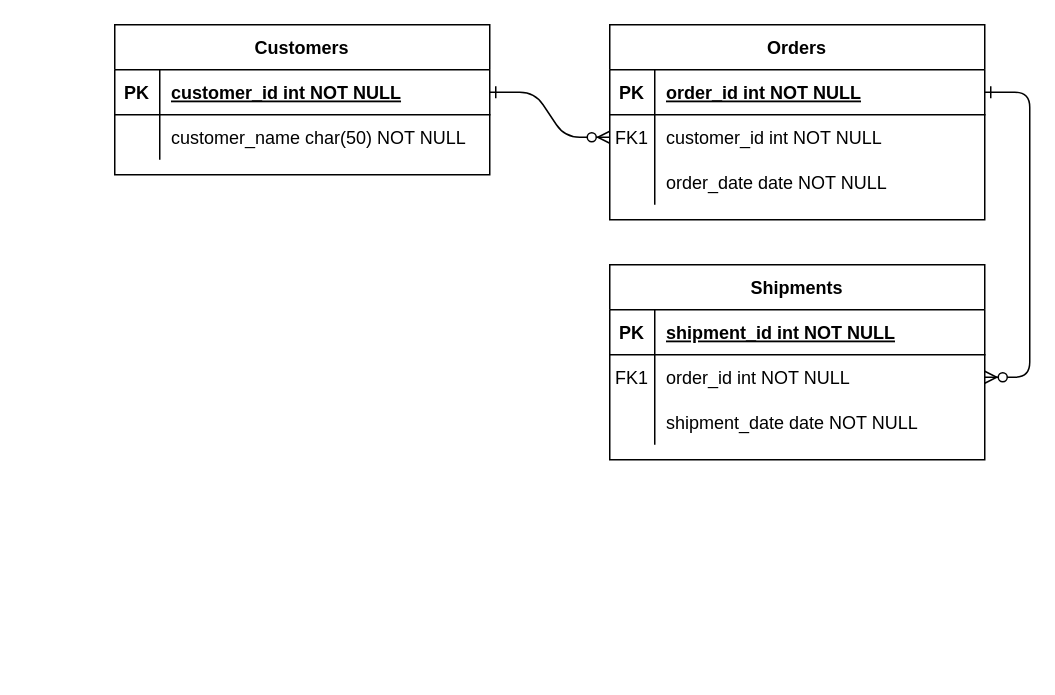
Above: student, teachers, activity.drawio in Brightlyviryaa/exersize (draw.io), before the change. Source tidied: cells renumbered, new cells numbered last; positions are measured from the earlier drawing's top-left corner, leaving out a move shared by most shapes. Both pictures are drawn from the tidied source at 150%, with x=0, y=0 at pixel (114, 24).
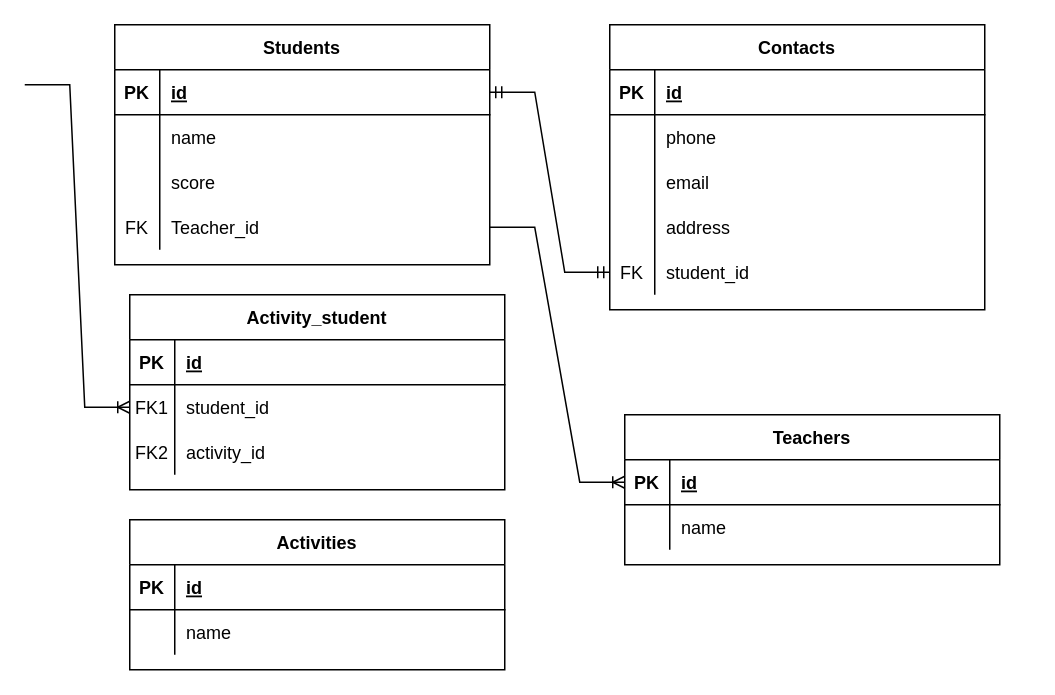
The same page after the edit.

The change refers to these unchanged cells:
```xml
<mxCell id="5" style="shape=partialRectangle;fillColor=none;points=[[0,0.5],[1,0.5]];portConstraint=eastwest;top=0;left=0;right=0;bottom=1;" parent="4" vertex="1">
  <mxGeometry y="30" width="250" height="30" as="geometry" />
</mxCell>
<mxCell id="8" style="shape=partialRectangle;fillColor=none;points=[[0,0.5],[1,0.5]];portConstraint=eastwest;top=0;left=0;right=0;bottom=0;" parent="4" vertex="1">
  <mxGeometry y="60" width="250" height="30" as="geometry" />
</mxCell>
<mxCell id="11" style="shape=partialRectangle;fillColor=none;top=0;left=0;right=0;bottom=0;" parent="4" vertex="1">
  <mxGeometry y="90" width="250" height="30" as="geometry" />
</mxCell>
<mxCell id="15" style="shape=partialRectangle;fillColor=none;points=[[0,0.5],[1,0.5]];portConstraint=eastwest;top=0;left=0;right=0;bottom=1;" parent="14" vertex="1">
  <mxGeometry y="30" width="250" height="30" as="geometry" />
</mxCell>
<mxCell id="18" style="shape=partialRectangle;fillColor=none;points=[[0,0.5],[1,0.5]];portConstraint=eastwest;top=0;left=0;right=0;bottom=0;" parent="14" vertex="1">
  <mxGeometry y="60" width="250" height="30" as="geometry" />
</mxCell>
<mxCell id="25" style="shape=partialRectangle;fillColor=none;points=[[0,0.5],[1,0.5]];portConstraint=eastwest;top=0;left=0;right=0;bottom=1;" parent="24" vertex="1">
  <mxGeometry y="30" width="250" height="30" as="geometry" />
</mxCell>
<mxCell id="28" style="shape=partialRectangle;fillColor=none;top=0;left=0;right=0;bottom=0;" parent="24" vertex="1">
  <mxGeometry y="60" width="250" height="30" as="geometry" />
</mxCell>
```

Change to the diagram source:
```diff
@@
-    <mxCell id="2" style="edgeStyle=entityRelationEdgeStyle;endArrow=ERzeroToMany;startArrow=ERone;endFill=1;startFill=0;" parent="1" edge="1" source="25" target="8">
-      <mxGeometry relative="1" as="geometry" />
-    </mxCell>
-    <mxCell id="3" style="edgeStyle=entityRelationEdgeStyle;endArrow=ERzeroToMany;startArrow=ERone;endFill=1;startFill=0;" parent="1" edge="1" source="5" target="18">
-      <mxGeometry relative="1" as="geometry" />
-    </mxCell>
-    <mxCell id="4" value="Orders" style="shape=table;startSize=30;childLayout=tableLayout;rowLines=0;fontStyle=1;align=center;" parent="1" vertex="1">
-      <mxGeometry x="330" width="250" height="130" as="geometry" />
+    <mxCell id="4" value="Contacts" style="shape=table;startSize=30;childLayout=tableLayout;rowLines=0;fontStyle=1;align=center;" parent="1" vertex="1">
+      <mxGeometry x="330" width="250" height="190" as="geometry" />
     </mxCell>
@@
-    <mxCell id="7" value="order_id int NOT NULL " style="shape=partialRectangle;overflow=hidden;fillColor=none;top=0;left=0;bottom=0;right=0;align=left;spacingLeft=6;fontStyle=5;" parent="5" vertex="1">
+    <mxCell id="7" value="id" style="shape=partialRectangle;overflow=hidden;fillColor=none;top=0;left=0;bottom=0;right=0;align=left;spacingLeft=6;fontStyle=5;" parent="5" vertex="1">
       <mxGeometry x="30" width="220" height="30" as="geometry" />
     </mxCell>
@@
-    <mxCell id="9" value="FK1" style="shape=partialRectangle;overflow=hidden;fillColor=none;top=0;left=0;bottom=0;right=0;" parent="8" vertex="1">
+    <mxCell id="9" style="shape=partialRectangle;overflow=hidden;fillColor=none;top=0;left=0;bottom=0;right=0;" parent="8" vertex="1">
       <mxGeometry width="30" height="30" as="geometry" />
     </mxCell>
-    <mxCell id="10" value="customer_id int NOT NULL" style="shape=partialRectangle;overflow=hidden;fillColor=none;top=0;left=0;bottom=0;right=0;align=left;spacingLeft=6;" parent="8" vertex="1">
+    <mxCell id="10" value="phone" style="shape=partialRectangle;overflow=hidden;fillColor=none;top=0;left=0;bottom=0;right=0;align=left;spacingLeft=6;" parent="8" vertex="1">
       <mxGeometry x="30" width="220" height="30" as="geometry" />
     </mxCell>
@@
-    <mxCell id="13" value="order_date date NOT NULL" style="shape=partialRectangle;overflow=hidden;fillColor=none;top=0;left=0;bottom=0;right=0;align=left;spacingLeft=6;" parent="11" vertex="1">
+    <mxCell id="13" value="email" style="shape=partialRectangle;overflow=hidden;fillColor=none;top=0;left=0;bottom=0;right=0;align=left;spacingLeft=6;" parent="11" vertex="1">
       <mxGeometry x="30" width="220" height="30" as="geometry" />
     </mxCell>
+    <mxCell id="31" style="shape=partialRectangle;fillColor=none;top=0;left=0;right=0;bottom=0;" parent="4" vertex="1">
+      <mxGeometry y="120" width="250" height="30" as="geometry" />
+    </mxCell>
+    <mxCell id="32" style="shape=partialRectangle;overflow=hidden;fillColor=none;top=0;left=0;bottom=0;right=0;" parent="31" vertex="1">
+      <mxGeometry width="30" height="30" as="geometry" />
+    </mxCell>
+    <mxCell id="33" value="address" style="shape=partialRectangle;overflow=hidden;fillColor=none;top=0;left=0;bottom=0;right=0;align=left;spacingLeft=6;" parent="31" vertex="1">
+      <mxGeometry x="30" width="220" height="30" as="geometry" />
+    </mxCell>
+    <mxCell id="34" style="shape=partialRectangle;fillColor=none;points=[[0,0.5],[1,0.5]];portConstraint=eastwest;top=0;left=0;right=0;bottom=0;" parent="4" vertex="1">
+      <mxGeometry y="150" width="250" height="30" as="geometry" />
+    </mxCell>
+    <mxCell id="35" value="FK" style="shape=partialRectangle;overflow=hidden;fillColor=none;top=0;left=0;bottom=0;right=0;" parent="34" vertex="1">
+      <mxGeometry width="30" height="30" as="geometry" />
+    </mxCell>
+    <mxCell id="36" value="student_id" style="shape=partialRectangle;overflow=hidden;fillColor=none;top=0;left=0;bottom=0;right=0;align=left;spacingLeft=6;" parent="34" vertex="1">
+      <mxGeometry x="30" width="220" height="30" as="geometry" />
+    </mxCell>
-    <mxCell id="14" value="Shipments" style="shape=table;startSize=30;childLayout=tableLayout;rowLines=0;fontStyle=1;align=center;" parent="1" vertex="1">
-      <mxGeometry x="330" y="160" width="250" height="130" as="geometry" />
+    <mxCell id="14" value="Teachers" style="shape=table;startSize=30;childLayout=tableLayout;rowLines=0;fontStyle=1;align=center;" parent="1" vertex="1">
+      <mxGeometry x="340" y="260" width="250" height="100" as="geometry" />
     </mxCell>
@@
-    <mxCell id="17" value="shipment_id int NOT NULL " style="shape=partialRectangle;overflow=hidden;fillColor=none;top=0;left=0;bottom=0;right=0;align=left;spacingLeft=6;fontStyle=5;" parent="15" vertex="1">
+    <mxCell id="17" value="id" style="shape=partialRectangle;overflow=hidden;fillColor=none;top=0;left=0;bottom=0;right=0;align=left;spacingLeft=6;fontStyle=5;" parent="15" vertex="1">
       <mxGeometry x="30" width="220" height="30" as="geometry" />
     </mxCell>
@@
-    <mxCell id="19" value="FK1" style="shape=partialRectangle;overflow=hidden;fillColor=none;top=0;left=0;bottom=0;right=0;" parent="18" vertex="1">
+    <mxCell id="19" style="shape=partialRectangle;overflow=hidden;fillColor=none;top=0;left=0;bottom=0;right=0;" parent="18" vertex="1">
       <mxGeometry width="30" height="30" as="geometry" />
     </mxCell>
-    <mxCell id="20" value="order_id int NOT NULL" style="shape=partialRectangle;overflow=hidden;fillColor=none;top=0;left=0;bottom=0;right=0;align=left;spacingLeft=6;" parent="18" vertex="1">
+    <mxCell id="20" value="name" style="shape=partialRectangle;overflow=hidden;fillColor=none;top=0;left=0;bottom=0;right=0;align=left;spacingLeft=6;" parent="18" vertex="1">
       <mxGeometry x="30" width="220" height="30" as="geometry" />
     </mxCell>
-    <mxCell id="21" style="shape=partialRectangle;fillColor=none;top=0;left=0;right=0;bottom=0;" parent="14" vertex="1">
-      <mxGeometry y="90" width="250" height="30" as="geometry" />
-    </mxCell>
-    <mxCell id="22" style="shape=partialRectangle;overflow=hidden;fillColor=none;top=0;left=0;bottom=0;right=0;" parent="21" vertex="1">
-      <mxGeometry width="30" height="30" as="geometry" />
-    </mxCell>
-    <mxCell id="23" value="shipment_date date NOT NULL" style="shape=partialRectangle;overflow=hidden;fillColor=none;top=0;left=0;bottom=0;right=0;align=left;spacingLeft=6;" parent="21" vertex="1">
-      <mxGeometry x="30" width="220" height="30" as="geometry" />
-    </mxCell>
-    <mxCell id="24" value="Customers" style="shape=table;startSize=30;childLayout=tableLayout;rowLines=0;fontStyle=1;align=center;" parent="1" vertex="1">
-      <mxGeometry width="250" height="100" as="geometry" />
+    <mxCell id="24" value="Students" style="shape=table;startSize=30;childLayout=tableLayout;rowLines=0;fontStyle=1;align=center;" parent="1" vertex="1">
+      <mxGeometry width="250" height="160" as="geometry" />
     </mxCell>
@@
-    <mxCell id="27" value="customer_id int NOT NULL " style="shape=partialRectangle;overflow=hidden;fillColor=none;top=0;left=0;bottom=0;right=0;align=left;spacingLeft=6;fontStyle=5;" parent="25" vertex="1">
+    <mxCell id="27" value="id" style="shape=partialRectangle;overflow=hidden;fillColor=none;top=0;left=0;bottom=0;right=0;align=left;spacingLeft=6;fontStyle=5;" parent="25" vertex="1">
       <mxGeometry x="30" width="220" height="30" as="geometry" />
     </mxCell>
@@
-    <mxCell id="30" value="customer_name char(50) NOT NULL" style="shape=partialRectangle;overflow=hidden;fillColor=none;top=0;left=0;bottom=0;right=0;align=left;spacingLeft=6;" parent="28" vertex="1">
+    <mxCell id="30" value="name" style="shape=partialRectangle;overflow=hidden;fillColor=none;top=0;left=0;bottom=0;right=0;align=left;spacingLeft=6;" parent="28" vertex="1">
       <mxGeometry x="30" width="220" height="30" as="geometry" />
     </mxCell>
+    <mxCell id="37" style="shape=partialRectangle;fillColor=none;top=0;left=0;right=0;bottom=0;" parent="24" vertex="1">
+      <mxGeometry y="90" width="250" height="30" as="geometry" />
+    </mxCell>
+    <mxCell id="38" style="shape=partialRectangle;overflow=hidden;fillColor=none;top=0;left=0;bottom=0;right=0;" parent="37" vertex="1">
+      <mxGeometry width="30" height="30" as="geometry" />
+    </mxCell>
+    <mxCell id="39" value="score" style="shape=partialRectangle;overflow=hidden;fillColor=none;top=0;left=0;bottom=0;right=0;align=left;spacingLeft=6;" parent="37" vertex="1">
+      <mxGeometry x="30" width="220" height="30" as="geometry" />
+    </mxCell>
+    <mxCell id="40" style="shape=partialRectangle;fillColor=none;points=[[0,0.5],[1,0.5]];portConstraint=eastwest;top=0;left=0;right=0;bottom=0;" parent="24" vertex="1">
+      <mxGeometry y="120" width="250" height="30" as="geometry" />
+    </mxCell>
+    <mxCell id="41" value="FK" style="shape=partialRectangle;overflow=hidden;fillColor=none;top=0;left=0;bottom=0;right=0;" parent="40" vertex="1">
+      <mxGeometry width="30" height="30" as="geometry" />
+    </mxCell>
+    <mxCell id="42" value="Teacher_id" style="shape=partialRectangle;overflow=hidden;fillColor=none;top=0;left=0;bottom=0;right=0;align=left;spacingLeft=6;" parent="40" vertex="1">
+      <mxGeometry x="30" width="220" height="30" as="geometry" />
+    </mxCell>
+    <mxCell id="43" value="Activities" style="shape=table;startSize=30;childLayout=tableLayout;rowLines=0;fontStyle=1;align=center;" parent="1" vertex="1">
+      <mxGeometry x="10" y="330" width="250" height="100" as="geometry" />
+    </mxCell>
+    <mxCell id="44" style="shape=partialRectangle;fillColor=none;top=0;left=0;right=0;bottom=1;" parent="43" vertex="1">
+      <mxGeometry y="30" width="250" height="30" as="geometry" />
+    </mxCell>
+    <mxCell id="45" value="PK" style="shape=partialRectangle;overflow=hidden;fillColor=none;top=0;left=0;bottom=0;right=0;fontStyle=1;" parent="44" vertex="1">
+      <mxGeometry width="30" height="30" as="geometry" />
+    </mxCell>
+    <mxCell id="46" value="id" style="shape=partialRectangle;overflow=hidden;fillColor=none;top=0;left=0;bottom=0;right=0;align=left;spacingLeft=6;fontStyle=5;" parent="44" vertex="1">
+      <mxGeometry x="30" width="220" height="30" as="geometry" />
+    </mxCell>
+    <mxCell id="47" style="shape=partialRectangle;fillColor=none;top=0;left=0;right=0;bottom=0;" parent="43" vertex="1">
+      <mxGeometry y="60" width="250" height="30" as="geometry" />
+    </mxCell>
+    <mxCell id="48" style="shape=partialRectangle;overflow=hidden;fillColor=none;top=0;left=0;bottom=0;right=0;" parent="47" vertex="1">
+      <mxGeometry width="30" height="30" as="geometry" />
+    </mxCell>
+    <mxCell id="49" value="name" style="shape=partialRectangle;overflow=hidden;fillColor=none;top=0;left=0;bottom=0;right=0;align=left;spacingLeft=6;" parent="47" vertex="1">
+      <mxGeometry x="30" width="220" height="30" as="geometry" />
+    </mxCell>
+    <mxCell id="50" value="Activity_student" style="shape=table;startSize=30;childLayout=tableLayout;rowLines=0;fontStyle=1;align=center;" parent="1" vertex="1">
+      <mxGeometry x="10" y="180" width="250" height="130" as="geometry" />
+    </mxCell>
+    <mxCell id="51" style="shape=partialRectangle;fillColor=none;top=0;left=0;right=0;bottom=1;" parent="50" vertex="1">
+      <mxGeometry y="30" width="250" height="30" as="geometry" />
+    </mxCell>
+    <mxCell id="52" value="PK" style="shape=partialRectangle;overflow=hidden;fillColor=none;top=0;left=0;bottom=0;right=0;fontStyle=1;" parent="51" vertex="1">
+      <mxGeometry width="30" height="30" as="geometry" />
+    </mxCell>
+    <mxCell id="53" value="id" style="shape=partialRectangle;overflow=hidden;fillColor=none;top=0;left=0;bottom=0;right=0;align=left;spacingLeft=6;fontStyle=5;" parent="51" vertex="1">
+      <mxGeometry x="30" width="220" height="30" as="geometry" />
+    </mxCell>
+    <mxCell id="54" style="shape=partialRectangle;fillColor=none;points=[[0,0.5],[1,0.5]];portConstraint=eastwest;top=0;left=0;right=0;bottom=0;" parent="50" vertex="1">
+      <mxGeometry y="60" width="250" height="30" as="geometry" />
+    </mxCell>
+    <mxCell id="55" value="FK1" style="shape=partialRectangle;overflow=hidden;fillColor=none;top=0;left=0;bottom=0;right=0;" parent="54" vertex="1">
+      <mxGeometry width="30" height="30" as="geometry" />
+    </mxCell>
+    <mxCell id="56" value="student_id" style="shape=partialRectangle;overflow=hidden;fillColor=none;top=0;left=0;bottom=0;right=0;align=left;spacingLeft=6;" parent="54" vertex="1">
+      <mxGeometry x="30" width="220" height="30" as="geometry" />
+    </mxCell>
+    <mxCell id="57" style="shape=partialRectangle;fillColor=none;top=0;left=0;right=0;bottom=0;" parent="50" vertex="1">
+      <mxGeometry y="90" width="250" height="30" as="geometry" />
+    </mxCell>
+    <mxCell id="58" value="FK2" style="shape=partialRectangle;overflow=hidden;fillColor=none;top=0;left=0;bottom=0;right=0;" parent="57" vertex="1">
+      <mxGeometry width="30" height="30" as="geometry" />
+    </mxCell>
+    <mxCell id="59" value="activity_id" style="shape=partialRectangle;overflow=hidden;fillColor=none;top=0;left=0;bottom=0;right=0;align=left;spacingLeft=6;" parent="57" vertex="1">
+      <mxGeometry x="30" width="220" height="30" as="geometry" />
+    </mxCell>
+    <mxCell id="60" style="edgeStyle=entityRelationEdgeStyle;fontSize=12;html=1;endArrow=ERmandOne;startArrow=ERmandOne;rounded=0;exitX=1;exitY=0.5;exitDx=0;exitDy=0;entryX=0;entryY=0.5;entryDx=0;entryDy=0;" parent="1" edge="1" source="25" target="34">
+      <mxGeometry relative="1" as="geometry" />
+    </mxCell>
+    <mxCell id="61" style="edgeStyle=entityRelationEdgeStyle;fontSize=12;html=1;endArrow=ERoneToMany;rounded=0;" parent="1" edge="1" source="40" target="15">
+      <mxGeometry relative="1" as="geometry" />
+    </mxCell>
+    <mxCell id="62" style="edgeStyle=entityRelationEdgeStyle;fontSize=12;html=1;endArrow=ERoneToMany;rounded=0;entryX=0;entryY=0.5;entryDx=0;entryDy=0;" parent="1" edge="1" target="54">
+      <mxGeometry relative="1" as="geometry">
+        <mxPoint x="-60" y="40" as="sourcePoint" />
+        <Array as="points">
+          <mxPoint x="-30" y="100" />
+          <mxPoint x="-90" y="430" />
+          <mxPoint x="-70" y="170" />
+        </Array>
+      </mxGeometry>
+    </mxCell>
```
